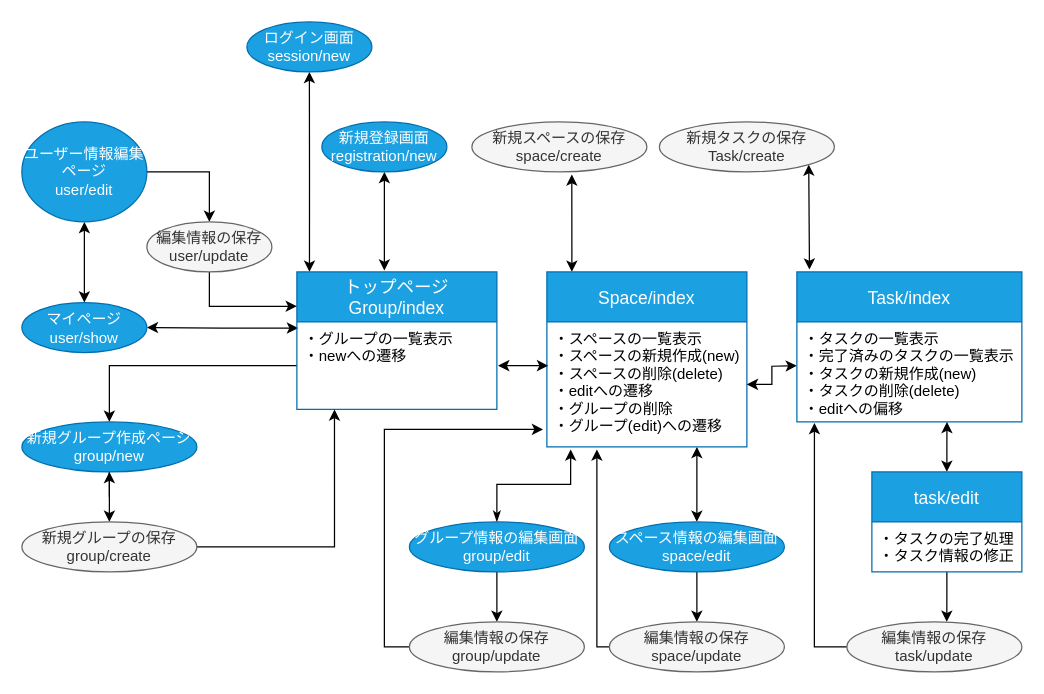
iniwa-takaya/group-task keeps this draw.io diagram as screen.dio. Above is the earlier version. Source tidied: cells renumbered, new cells numbered last; positions are measured from the earlier drawing's top-left corner, leaving out a move shared by most shapes. Both pictures are drawn from the tidied source at 125%, with x=0, y=0 at pixel (21, 21).
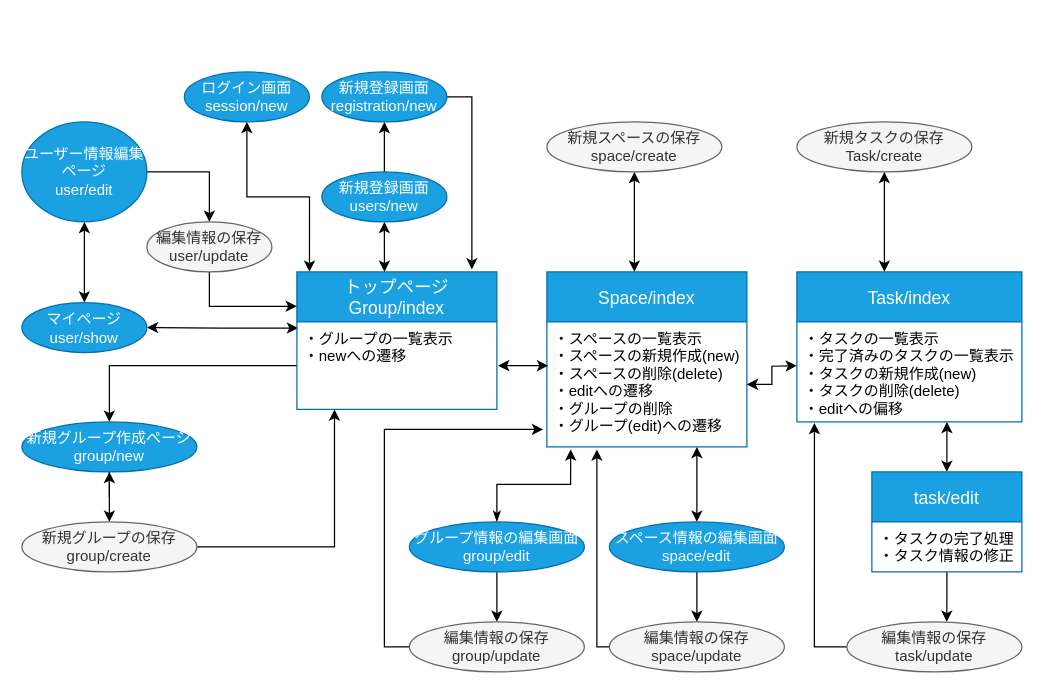
Above is the later version.

Unchanged cells that the change refers to:
```xml
<mxCell id="13" value="トップページ&#10;Group/index" style="swimlane;fontStyle=0;horizontal=1;startSize=40;align=center;fontSize=14;fillColor=#1ba1e2;strokeColor=#006EAF;fontColor=#ffffff;" parent="1" vertex="1">
  <mxGeometry x="220" y="200" width="160" height="110" as="geometry" />
</mxCell>
<mxCell id="17" value="Space/index" style="swimlane;fontStyle=0;horizontal=1;startSize=40;align=center;fontSize=14;fillColor=#1ba1e2;strokeColor=#006EAF;fontColor=#ffffff;" parent="1" vertex="1">
  <mxGeometry x="420" y="200" width="160" height="140" as="geometry" />
</mxCell>
<mxCell id="32" value="Task/index" style="swimlane;fontStyle=0;horizontal=1;startSize=40;align=center;fontSize=14;fillColor=#1ba1e2;strokeColor=#006EAF;fontColor=#ffffff;" parent="1" vertex="1">
  <mxGeometry x="620" y="200" width="180" height="120" as="geometry" />
</mxCell>
```

The edit, as a diff of the source:
```diff
@@
-    <mxCell id="4" style="edgeStyle=orthogonalEdgeStyle;rounded=0;jettySize=auto;html=1;entryX=0.5;entryY=1;entryDx=0;entryDy=0;startArrow=classic;startFill=1;" parent="1" edge="1" target="9">
-      <mxGeometry relative="1" as="geometry">
-        <mxPoint x="290" y="199" as="sourcePoint" />
-        <Array as="points">
-          <mxPoint x="290" y="199" />
-        </Array>
-      </mxGeometry>
+    <mxCell id="4" style="edgeStyle=orthogonalEdgeStyle;rounded=0;jettySize=auto;html=1;entryX=0.5;entryY=1;entryDx=0;entryDy=0;startArrow=none;startFill=0;exitX=0.5;exitY=0;exitDx=0;exitDy=0;" parent="1" edge="1" source="51" target="9">
+      <mxGeometry relative="1" as="geometry" />
     </mxCell>
@@
     <mxCell id="8" value="ログイン画面&lt;br&gt;session/new" style="ellipse;whiteSpace=wrap;html=1;align=center;fillColor=#1ba1e2;strokeColor=#006EAF;fontColor=#ffffff;" parent="1" vertex="1">
-      <mxGeometry x="180" width="100" height="40" as="geometry" />
+      <mxGeometry x="130" y="40" width="100" height="40" as="geometry" />
     </mxCell>
+    <mxCell id="47" style="edgeStyle=orthogonalEdgeStyle;rounded=0;jettySize=auto;html=1;exitX=1;exitY=0.5;exitDx=0;exitDy=0;entryX=0.875;entryY=-0.018;entryDx=0;entryDy=0;entryPerimeter=0;startArrow=none;startFill=0;" parent="1" edge="1" source="9" target="13">
+      <mxGeometry relative="1" as="geometry" />
+    </mxCell>
     <mxCell id="9" value="新規登録画面&lt;br&gt;registration/new" style="ellipse;whiteSpace=wrap;html=1;align=center;fillColor=#1ba1e2;strokeColor=#006EAF;fontColor=#ffffff;" parent="1" vertex="1">
-      <mxGeometry x="240" y="80" width="100" height="40" as="geometry" />
+      <mxGeometry x="240" y="40" width="100" height="40" as="geometry" />
     </mxCell>
@@
-    <mxCell id="16" style="edgeStyle=orthogonalEdgeStyle;rounded=0;jettySize=auto;html=1;startArrow=classic;startFill=1;entryX=0.571;entryY=1.05;entryDx=0;entryDy=0;entryPerimeter=0;" parent="1" edge="1" source="17" target="29">
-      <mxGeometry relative="1" as="geometry">
-        <Array as="points">
-          <mxPoint x="440" y="180" />
-          <mxPoint x="440" y="180" />
-        </Array>
-      </mxGeometry>
-    </mxCell>
@@
+    <mxCell id="48" style="edgeStyle=orthogonalEdgeStyle;rounded=0;jettySize=auto;html=1;startArrow=classic;startFill=1;" parent="1" edge="1" source="29">
+      <mxGeometry relative="1" as="geometry">
+        <mxPoint x="490" y="200" as="targetPoint" />
+      </mxGeometry>
+    </mxCell>
     <mxCell id="29" value="新規スペースの保存&lt;br&gt;space/create" style="ellipse;whiteSpace=wrap;html=1;align=center;fillColor=#f5f5f5;strokeColor=#666666;fontColor=#333333;" parent="1" vertex="1">
-      <mxGeometry x="360" y="80" width="140" height="40" as="geometry" />
+      <mxGeometry x="420" y="80" width="140" height="40" as="geometry" />
     </mxCell>
@@
-    <mxCell id="31" style="edgeStyle=orthogonalEdgeStyle;rounded=0;jettySize=auto;html=1;entryX=1;entryY=1;entryDx=0;entryDy=0;startArrow=classic;startFill=1;exitX=0.056;exitY=-0.015;exitDx=0;exitDy=0;exitPerimeter=0;" parent="1" edge="1" source="32" target="34">
-      <mxGeometry relative="1" as="geometry">
-        <Array as="points">
-          <mxPoint x="629" y="198" />
-        </Array>
-      </mxGeometry>
-    </mxCell>
@@
+    <mxCell id="49" style="edgeStyle=orthogonalEdgeStyle;rounded=0;jettySize=auto;html=1;exitX=0.5;exitY=1;exitDx=0;exitDy=0;entryX=0.389;entryY=0;entryDx=0;entryDy=0;entryPerimeter=0;startArrow=classic;startFill=1;" parent="1" edge="1" source="34" target="32">
+      <mxGeometry relative="1" as="geometry" />
+    </mxCell>
     <mxCell id="34" value="新規タスクの保存&lt;br&gt;Task/create" style="ellipse;whiteSpace=wrap;html=1;align=center;fillColor=#f5f5f5;strokeColor=#666666;fontColor=#333333;" parent="1" vertex="1">
-      <mxGeometry x="510" y="80" width="140" height="40" as="geometry" />
+      <mxGeometry x="620" y="80" width="140" height="40" as="geometry" />
     </mxCell>
@@
+    <mxCell id="50" style="edgeStyle=orthogonalEdgeStyle;rounded=0;jettySize=auto;html=1;entryX=0.438;entryY=0;entryDx=0;entryDy=0;entryPerimeter=0;startArrow=classic;startFill=1;" parent="1" edge="1" source="51" target="13">
+      <mxGeometry relative="1" as="geometry" />
+    </mxCell>
+    <mxCell id="51" value="新規登録画面users/new" style="ellipse;whiteSpace=wrap;html=1;align=center;fillColor=#1ba1e2;strokeColor=#006EAF;fontColor=#ffffff;" parent="1" vertex="1">
+      <mxGeometry x="240" y="120" width="100" height="40" as="geometry" />
+    </mxCell>
```
